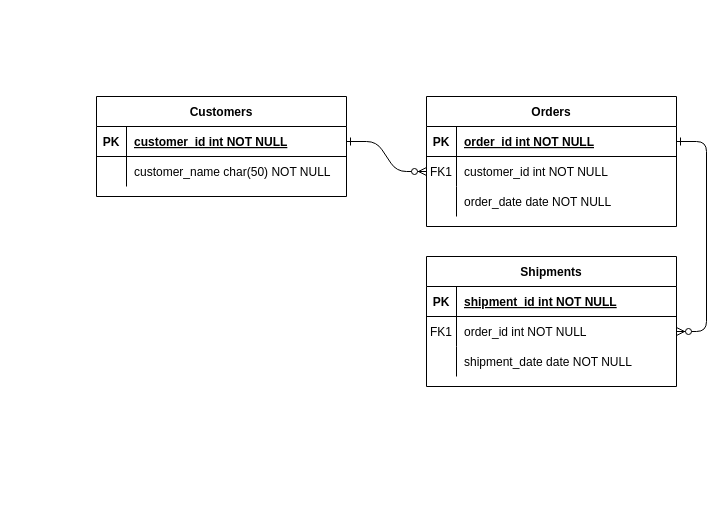
Above: DatabaseDiagram.drawio in Coppertine/CAB302-Assignment (draw.io), before the change. Source tidied: cells renumbered, new cells numbered last; positions are measured from the earlier drawing's top-left corner, leaving out a move shared by most shapes. Both pictures are drawn from the tidied source at 100%, with x=0, y=0 at pixel (96, 96).
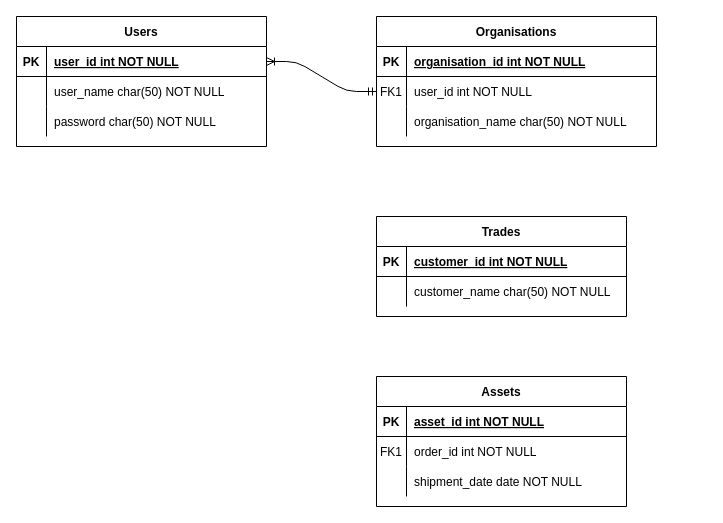
The same page after the edit.

Unchanged cells that the change refers to:
```xml
<mxCell id="15" style="shape=partialRectangle;fillColor=none;top=0;left=0;right=0;bottom=1;" parent="14" vertex="1">
  <mxGeometry y="30" width="250" height="30" as="geometry" />
</mxCell>
<mxCell id="18" style="shape=partialRectangle;fillColor=none;points=[[0,0.5],[1,0.5]];portConstraint=eastwest;top=0;left=0;right=0;bottom=0;" parent="14" vertex="1">
  <mxGeometry y="60" width="250" height="30" as="geometry" />
</mxCell>
<mxCell id="25" style="shape=partialRectangle;fillColor=none;points=[[0,0.5],[1,0.5]];portConstraint=eastwest;top=0;left=0;right=0;bottom=1;" parent="24" vertex="1">
  <mxGeometry y="30" width="250" height="30" as="geometry" />
</mxCell>
<mxCell id="28" style="shape=partialRectangle;fillColor=none;top=0;left=0;right=0;bottom=0;" parent="24" vertex="1">
  <mxGeometry y="60" width="250" height="30" as="geometry" />
</mxCell>
```

The edit, as a diff of the source:
```diff
@@
-    <mxCell id="2" style="edgeStyle=entityRelationEdgeStyle;endArrow=ERzeroToMany;startArrow=ERone;endFill=1;startFill=0;" parent="1" edge="1" source="25" target="8">
+    <mxCell id="2" style="edgeStyle=entityRelationEdgeStyle;endArrow=ERmandOne;startArrow=ERoneToMany;endFill=0;startFill=0;" parent="1" edge="1" source="25" target="8">
       <mxGeometry relative="1" as="geometry" />
     </mxCell>
-    <mxCell id="3" style="edgeStyle=entityRelationEdgeStyle;endArrow=ERzeroToMany;startArrow=ERone;endFill=1;startFill=0;" parent="1" edge="1" source="5" target="18">
-      <mxGeometry relative="1" as="geometry" />
-    </mxCell>
-    <mxCell id="4" value="Orders" style="shape=table;startSize=30;childLayout=tableLayout;rowLines=0;fontStyle=1;align=center;" parent="1" vertex="1">
-      <mxGeometry x="330" width="250" height="130" as="geometry" />
+    <mxCell id="4" value="Organisations" style="shape=table;startSize=30;childLayout=tableLayout;rowLines=0;fontStyle=1;align=center;" parent="1" vertex="1">
+      <mxGeometry x="280" y="-80" width="280" height="130" as="geometry" />
     </mxCell>
     <mxCell id="5" style="shape=partialRectangle;fillColor=none;points=[[0,0.5],[1,0.5]];portConstraint=eastwest;top=0;left=0;right=0;bottom=1;" parent="4" vertex="1">
-      <mxGeometry y="30" width="250" height="30" as="geometry" />
+      <mxGeometry y="30" width="280" height="30" as="geometry" />
     </mxCell>
@@
-    <mxCell id="7" value="order_id int NOT NULL " style="shape=partialRectangle;overflow=hidden;fillColor=none;top=0;left=0;bottom=0;right=0;align=left;spacingLeft=6;fontStyle=5;" parent="5" vertex="1">
-      <mxGeometry x="30" width="220" height="30" as="geometry" />
+    <mxCell id="7" value="organisation_id int NOT NULL " style="shape=partialRectangle;overflow=hidden;fillColor=none;top=0;left=0;bottom=0;right=0;align=left;spacingLeft=6;fontStyle=5;" parent="5" vertex="1">
+      <mxGeometry x="30" width="250" height="30" as="geometry" />
     </mxCell>
     <mxCell id="8" style="shape=partialRectangle;fillColor=none;points=[[0,0.5],[1,0.5]];portConstraint=eastwest;top=0;left=0;right=0;bottom=0;" parent="4" vertex="1">
-      <mxGeometry y="60" width="250" height="30" as="geometry" />
+      <mxGeometry y="60" width="280" height="30" as="geometry" />
     </mxCell>
@@
-    <mxCell id="10" value="customer_id int NOT NULL" style="shape=partialRectangle;overflow=hidden;fillColor=none;top=0;left=0;bottom=0;right=0;align=left;spacingLeft=6;" parent="8" vertex="1">
-      <mxGeometry x="30" width="220" height="30" as="geometry" />
+    <mxCell id="10" value="user_id int NOT NULL" style="shape=partialRectangle;overflow=hidden;fillColor=none;top=0;left=0;bottom=0;right=0;align=left;spacingLeft=6;" parent="8" vertex="1">
+      <mxGeometry x="30" width="250" height="30" as="geometry" />
     </mxCell>
     <mxCell id="11" style="shape=partialRectangle;fillColor=none;top=0;left=0;right=0;bottom=0;" parent="4" vertex="1">
-      <mxGeometry y="90" width="250" height="30" as="geometry" />
+      <mxGeometry y="90" width="280" height="30" as="geometry" />
     </mxCell>
@@
-    <mxCell id="13" value="order_date date NOT NULL" style="shape=partialRectangle;overflow=hidden;fillColor=none;top=0;left=0;bottom=0;right=0;align=left;spacingLeft=6;" parent="11" vertex="1">
-      <mxGeometry x="30" width="220" height="30" as="geometry" />
+    <mxCell id="13" value="organisation_name char(50) NOT NULL" style="shape=partialRectangle;overflow=hidden;fillColor=none;top=0;left=0;bottom=0;right=0;align=left;spacingLeft=6;" parent="11" vertex="1">
+      <mxGeometry x="30" width="250" height="30" as="geometry" />
     </mxCell>
-    <mxCell id="14" value="Shipments" style="shape=table;startSize=30;childLayout=tableLayout;rowLines=0;fontStyle=1;align=center;" parent="1" vertex="1">
-      <mxGeometry x="330" y="160" width="250" height="130" as="geometry" />
+    <mxCell id="14" value="Assets" style="shape=table;startSize=30;childLayout=tableLayout;rowLines=0;fontStyle=1;align=center;" parent="1" vertex="1">
+      <mxGeometry x="280" y="280" width="250" height="130" as="geometry" />
     </mxCell>
@@
-    <mxCell id="17" value="shipment_id int NOT NULL " style="shape=partialRectangle;overflow=hidden;fillColor=none;top=0;left=0;bottom=0;right=0;align=left;spacingLeft=6;fontStyle=5;" parent="15" vertex="1">
+    <mxCell id="17" value="asset_id int NOT NULL " style="shape=partialRectangle;overflow=hidden;fillColor=none;top=0;left=0;bottom=0;right=0;align=left;spacingLeft=6;fontStyle=5;" parent="15" vertex="1">
       <mxGeometry x="30" width="220" height="30" as="geometry" />
     </mxCell>
@@
-    <mxCell id="24" value="Customers" style="shape=table;startSize=30;childLayout=tableLayout;rowLines=0;fontStyle=1;align=center;" parent="1" vertex="1">
-      <mxGeometry width="250" height="100" as="geometry" />
+    <mxCell id="24" value="Users" style="shape=table;startSize=30;childLayout=tableLayout;rowLines=0;fontStyle=1;align=center;" parent="1" vertex="1">
+      <mxGeometry x="-80" y="-80" width="250" height="130" as="geometry" />
     </mxCell>
@@
-    <mxCell id="27" value="customer_id int NOT NULL " style="shape=partialRectangle;overflow=hidden;fillColor=none;top=0;left=0;bottom=0;right=0;align=left;spacingLeft=6;fontStyle=5;" parent="25" vertex="1">
+    <mxCell id="27" value="user_id int NOT NULL " style="shape=partialRectangle;overflow=hidden;fillColor=none;top=0;left=0;bottom=0;right=0;align=left;spacingLeft=6;fontStyle=5;" parent="25" vertex="1">
       <mxGeometry x="30" width="220" height="30" as="geometry" />
     </mxCell>
@@
-    <mxCell id="30" value="customer_name char(50) NOT NULL" style="shape=partialRectangle;overflow=hidden;fillColor=none;top=0;left=0;bottom=0;right=0;align=left;spacingLeft=6;" parent="28" vertex="1">
+    <mxCell id="30" value="user_name char(50) NOT NULL" style="shape=partialRectangle;overflow=hidden;fillColor=none;top=0;left=0;bottom=0;right=0;align=left;spacingLeft=6;" parent="28" vertex="1">
       <mxGeometry x="30" width="220" height="30" as="geometry" />
     </mxCell>
+    <mxCell id="31" style="shape=partialRectangle;fillColor=none;top=0;left=0;right=0;bottom=0;" parent="24" vertex="1">
+      <mxGeometry y="90" width="250" height="30" as="geometry" />
+    </mxCell>
+    <mxCell id="32" style="shape=partialRectangle;overflow=hidden;fillColor=none;top=0;left=0;bottom=0;right=0;" parent="31" vertex="1">
+      <mxGeometry width="30" height="30" as="geometry" />
+    </mxCell>
+    <mxCell id="33" value="password char(50) NOT NULL" style="shape=partialRectangle;overflow=hidden;fillColor=none;top=0;left=0;bottom=0;right=0;align=left;spacingLeft=6;" parent="31" vertex="1">
+      <mxGeometry x="30" width="220" height="30" as="geometry" />
+    </mxCell>
+    <mxCell id="34" value="Trades" style="shape=table;startSize=30;childLayout=tableLayout;rowLines=0;fontStyle=1;align=center;" parent="1" vertex="1">
+      <mxGeometry x="280" y="120" width="250" height="100" as="geometry" />
+    </mxCell>
+    <mxCell id="35" style="shape=partialRectangle;fillColor=none;top=0;left=0;right=0;bottom=1;" parent="34" vertex="1">
+      <mxGeometry y="30" width="250" height="30" as="geometry" />
+    </mxCell>
+    <mxCell id="36" value="PK" style="shape=partialRectangle;overflow=hidden;fillColor=none;top=0;left=0;bottom=0;right=0;fontStyle=1;" parent="35" vertex="1">
+      <mxGeometry width="30" height="30" as="geometry" />
+    </mxCell>
+    <mxCell id="37" value="customer_id int NOT NULL " style="shape=partialRectangle;overflow=hidden;fillColor=none;top=0;left=0;bottom=0;right=0;align=left;spacingLeft=6;fontStyle=5;" parent="35" vertex="1">
+      <mxGeometry x="30" width="220" height="30" as="geometry" />
+    </mxCell>
+    <mxCell id="38" style="shape=partialRectangle;fillColor=none;top=0;left=0;right=0;bottom=0;" parent="34" vertex="1">
+      <mxGeometry y="60" width="250" height="30" as="geometry" />
+    </mxCell>
+    <mxCell id="39" style="shape=partialRectangle;overflow=hidden;fillColor=none;top=0;left=0;bottom=0;right=0;" parent="38" vertex="1">
+      <mxGeometry width="30" height="30" as="geometry" />
+    </mxCell>
+    <mxCell id="40" value="customer_name char(50) NOT NULL" style="shape=partialRectangle;overflow=hidden;fillColor=none;top=0;left=0;bottom=0;right=0;align=left;spacingLeft=6;" parent="38" vertex="1">
+      <mxGeometry x="30" width="220" height="30" as="geometry" />
+    </mxCell>
```
